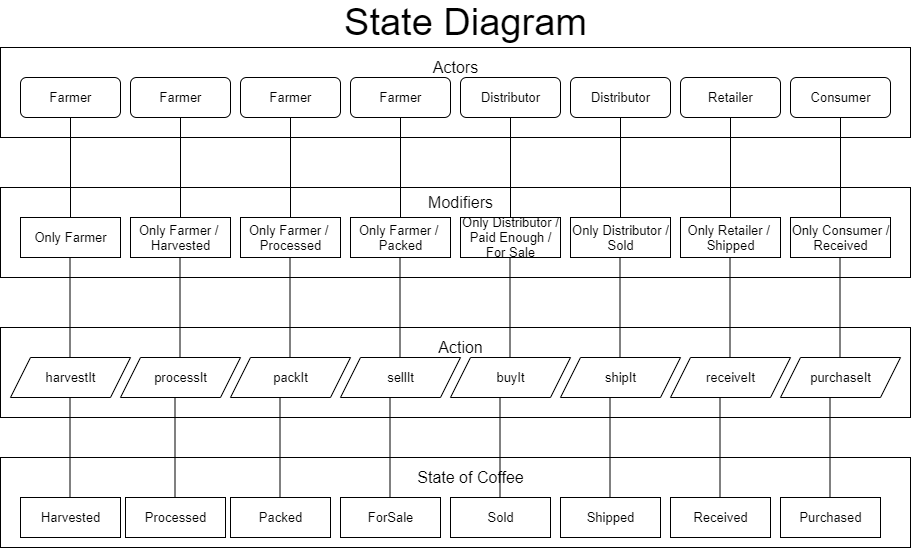
The draw.io diagram images/State.png in Carmelsoft/EthereumDAppforSupplyChainMngmt, before a commit. Source tidied: cells renumbered, new cells last; positions are measured from the earlier drawing's top-left corner, leaving out a move shared by most shapes.
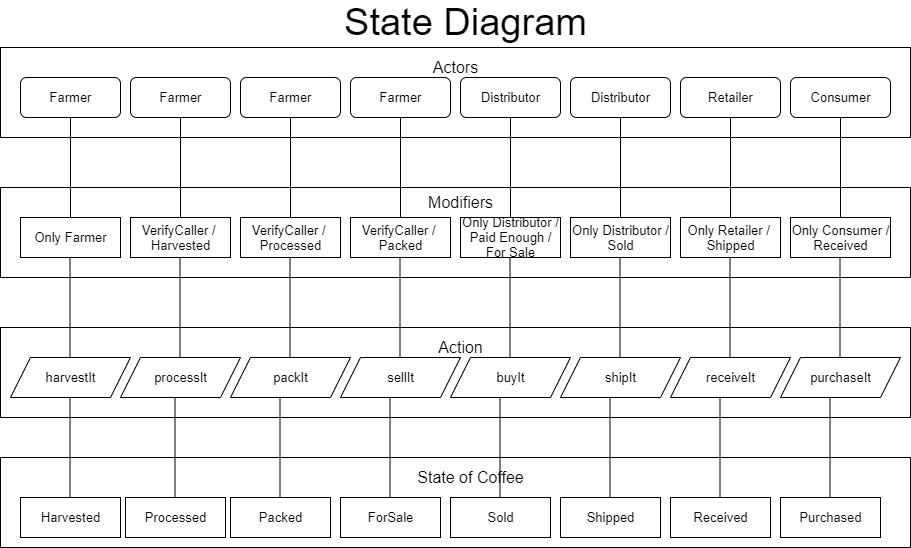
The same file after the commit.

Change to the diagram source:
```diff
@@ -199,7 +199,7 @@
     <mxCell id="57" style="rounded=0;whiteSpace=wrap;html=1;fontSize=13;" parent="1" vertex="1">
       <mxGeometry x="130" y="210" width="100" height="40" as="geometry" />
     </mxCell>
-    <mxCell id="58" value="Only Farmer / &lt;br&gt;Harvested" style="text;html=1;align=center;verticalAlign=middle;fillColor=none;strokeColor=none;rounded=0;fontSize=13;" parent="1" vertex="1">
+    <mxCell id="58" value="VerifyCaller / &lt;br&gt;Harvested" style="text;html=1;align=center;verticalAlign=middle;fillColor=none;strokeColor=none;rounded=0;fontSize=13;" parent="1" vertex="1">
       <mxGeometry x="135" y="210" width="90" height="40" as="geometry" />
     </mxCell>
     <mxCell id="59" style="endArrow=none;html=1;rounded=0;fontSize=16;entryX=0.5;entryY=1;entryDx=0;entryDy=0;exitX=0.5;exitY=0;exitDx=0;exitDy=0;" parent="1" edge="1">
@@ -217,8 +217,8 @@
         <mxPoint x="289.5" y="250" as="targetPoint" />
       </mxGeometry>
     </mxCell>
-    <mxCell id="62" value="Only Farmer /&amp;nbsp;&lt;br&gt;Processed" style="text;html=1;align=center;verticalAlign=middle;fillColor=none;strokeColor=none;rounded=0;fontSize=13;" parent="1" vertex="1">
-      <mxGeometry x="240" y="210" width="100" height="40" as="geometry" />
+    <mxCell id="62" value="VerifyCaller /&amp;nbsp;&lt;br&gt;Processed" style="text;html=1;align=center;verticalAlign=middle;fillColor=none;strokeColor=none;rounded=0;fontSize=13;" parent="1" vertex="1">
+      <mxGeometry x="245" y="210" width="90" height="40" as="geometry" />
     </mxCell>
     <mxCell id="63" style="rounded=0;whiteSpace=wrap;html=1;fontSize=13;" parent="1" vertex="1">
       <mxGeometry x="350" y="210" width="100" height="40" as="geometry" />
@@ -229,8 +229,8 @@
         <mxPoint x="399.5" y="250" as="targetPoint" />
       </mxGeometry>
     </mxCell>
-    <mxCell id="65" value="Only Farmer /&amp;nbsp;&lt;br&gt;Packed" style="text;html=1;align=center;verticalAlign=middle;fillColor=none;strokeColor=none;rounded=0;fontSize=13;" parent="1" vertex="1">
-      <mxGeometry x="350" y="210" width="100" height="40" as="geometry" />
+    <mxCell id="65" value="VerifyCaller /&amp;nbsp;&lt;br&gt;Packed" style="text;html=1;align=center;verticalAlign=middle;fillColor=none;strokeColor=none;rounded=0;fontSize=13;" parent="1" vertex="1">
+      <mxGeometry x="355" y="210" width="90" height="40" as="geometry" />
     </mxCell>
     <mxCell id="66" style="rounded=0;whiteSpace=wrap;html=1;fontSize=13;" parent="1" vertex="1">
       <mxGeometry x="460" y="210" width="100" height="40" as="geometry" />
```
